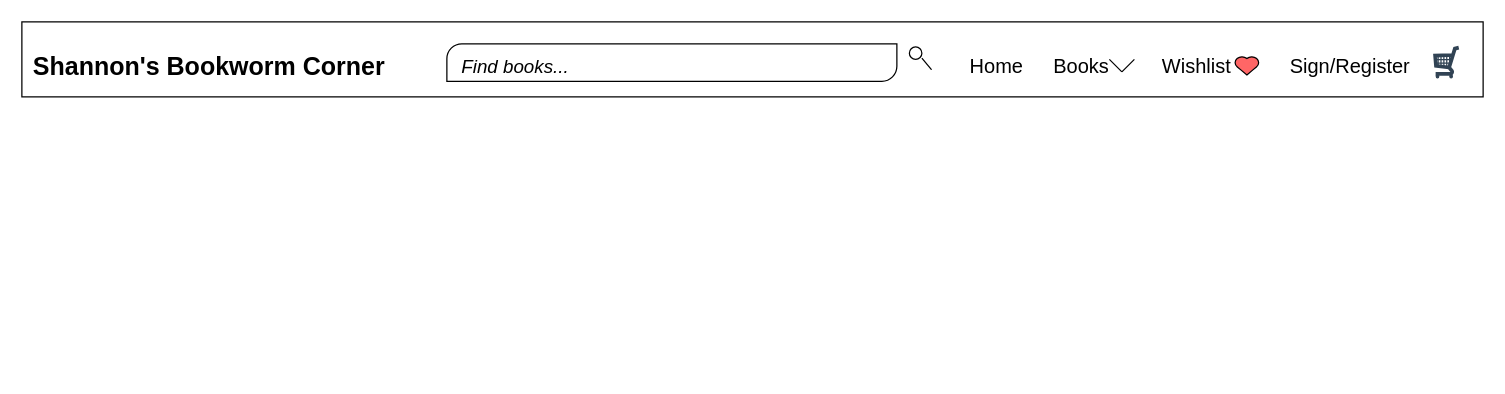
The draw.io diagram Untitled Diagram.drawio in Shannon-Amarasekara/Bookshop-Front-Angular, before the edit. Source tidied: cells renumbered, new cells numbered last; positions are measured from the earlier drawing's top-left corner, leaving out a move shared by most shapes. Both pictures are drawn from the tidied source at 125%, with x=0, y=0 at pixel (21, 21).
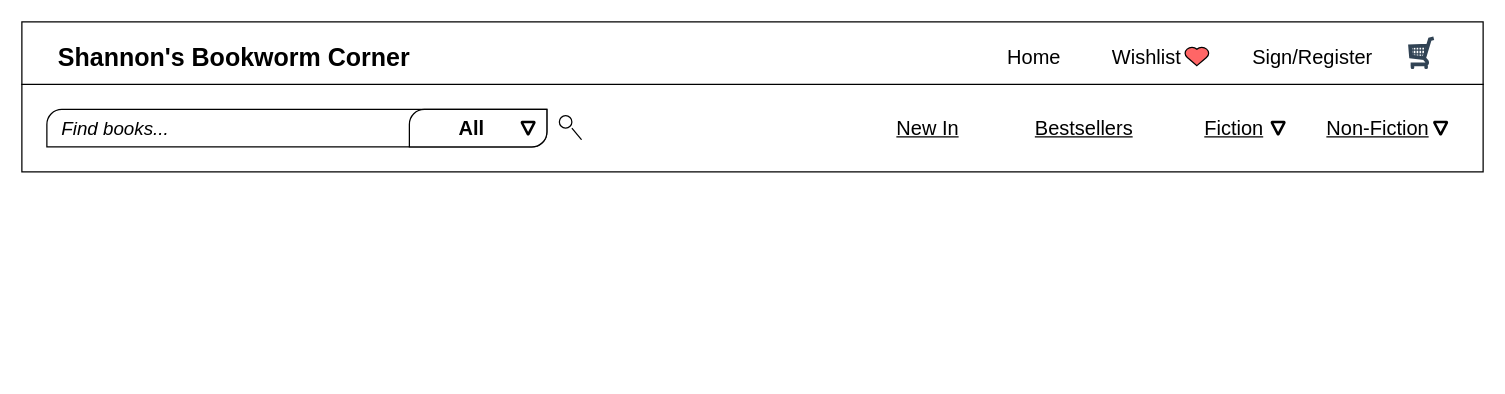
The same diagram, later.

The edit, as a diff of the source:
```diff
@@
+    <mxCell id="17" style="rounded=0;whiteSpace=wrap;html=1;" parent="1" vertex="1">
+      <mxGeometry y="50" width="1169" height="70" as="geometry" />
+    </mxCell>
     <mxCell id="2" style="rounded=0;whiteSpace=wrap;html=1;" parent="1" vertex="1">
-      <mxGeometry width="1169" height="60" as="geometry" />
+      <mxGeometry width="1169" height="50" as="geometry" />
     </mxCell>
     <mxCell id="3" value="&lt;font size=&quot;1&quot;&gt;&lt;b style=&quot;font-size: 20px&quot;&gt;Shannon's Bookworm Corner&lt;/b&gt;&lt;/font&gt;" style="text;html=1;strokeColor=none;fillColor=none;align=center;verticalAlign=middle;whiteSpace=wrap;rounded=0;" parent="1" vertex="1">
-      <mxGeometry y="20" width="300" height="30" as="geometry" />
+      <mxGeometry x="20" y="12.5" width="300" height="30" as="geometry" />
     </mxCell>
     <mxCell id="4" value="&lt;font style=&quot;font-size: 16px&quot;&gt;Home&lt;/font&gt;" style="text;html=1;strokeColor=none;fillColor=none;align=center;verticalAlign=middle;whiteSpace=wrap;rounded=0;" parent="1" vertex="1">
-      <mxGeometry x="760" y="25" width="40" height="20" as="geometry" />
+      <mxGeometry x="790" y="17.5" width="40" height="20" as="geometry" />
     </mxCell>
-    <mxCell id="5" value="&lt;font style=&quot;font-size: 16px&quot;&gt;Books&amp;nbsp;&lt;/font&gt;" style="text;html=1;strokeColor=none;fillColor=none;align=center;verticalAlign=middle;whiteSpace=wrap;rounded=0;" parent="1" vertex="1">
-      <mxGeometry x="830" y="25" width="40" height="20" as="geometry" />
+    <mxCell id="5" value="&lt;span style=&quot;font-size: 16px&quot;&gt;&lt;span style=&quot;line-height: 110%&quot;&gt;&lt;u&gt;New In&lt;/u&gt;&lt;/span&gt;&lt;/span&gt;" style="text;html=1;strokeColor=none;align=center;verticalAlign=middle;whiteSpace=wrap;rounded=0;" parent="1" vertex="1">
+      <mxGeometry x="690" y="75" width="70" height="20" as="geometry" />
     </mxCell>
     <mxCell id="6" value="&lt;font style=&quot;font-size: 16px&quot;&gt;Wishlist&lt;/font&gt;" style="text;html=1;strokeColor=none;fillColor=none;align=center;verticalAlign=middle;whiteSpace=wrap;rounded=0;" parent="1" vertex="1">
-      <mxGeometry x="920" y="25" width="40" height="20" as="geometry" />
+      <mxGeometry x="880" y="17.5" width="40" height="20" as="geometry" />
     </mxCell>
     <mxCell id="7" value="&lt;font style=&quot;font-size: 16px&quot;&gt;Sign/Register&amp;nbsp;&lt;/font&gt;" style="text;html=1;strokeColor=none;fillColor=none;align=center;verticalAlign=middle;whiteSpace=wrap;rounded=0;" parent="1" vertex="1">
-      <mxGeometry x="1030" y="25" width="70" height="20" as="geometry" />
+      <mxGeometry x="1000" y="17.5" width="70" height="20" as="geometry" />
     </mxCell>
-    <mxCell id="8" style="endArrow=none;html=1;" parent="1" edge="1">
-      <mxGeometry relative="1" as="geometry">
-        <mxPoint x="880" y="40" as="sourcePoint" />
-        <mxPoint x="890" y="30" as="targetPoint" />
-      </mxGeometry>
-    </mxCell>
-    <mxCell id="9" style="endArrow=none;html=1;" parent="1" edge="1">
-      <mxGeometry relative="1" as="geometry">
-        <mxPoint x="870" y="30" as="sourcePoint" />
-        <mxPoint x="880" y="40" as="targetPoint" />
-      </mxGeometry>
-    </mxCell>
     <mxCell id="10" style="verticalLabelPosition=bottom;verticalAlign=top;html=1;shape=mxgraph.basic.heart;fillColor=#FF6666;" parent="1" vertex="1">
-      <mxGeometry x="970" y="27.5" width="20" height="15" as="geometry" />
+      <mxGeometry x="930" y="20" width="20" height="15" as="geometry" />
     </mxCell>
     <mxCell id="11" style="verticalLabelPosition=bottom;verticalAlign=top;html=1;shape=mxgraph.basic.diag_round_rect;dx=6;" parent="1" vertex="1">
-      <mxGeometry x="340" y="17.5" width="360" height="30" as="geometry" />
+      <mxGeometry x="20" y="70" width="400" height="30" as="geometry" />
     </mxCell>
     <mxCell id="12" style="ellipse;whiteSpace=wrap;html=1;" parent="1" vertex="1">
-      <mxGeometry x="710" y="20" width="10" height="10" as="geometry" />
+      <mxGeometry x="430" y="75" width="10" height="10" as="geometry" />
     </mxCell>
     <mxCell id="13" style="endArrow=none;html=1;" parent="1" edge="1">
       <mxGeometry relative="1" as="geometry">
-        <mxPoint x="720" y="29" as="sourcePoint" />
-        <mxPoint x="720" y="29" as="targetPoint" />
+        <mxPoint x="440" y="85" as="sourcePoint" />
+        <mxPoint x="440" y="85" as="targetPoint" />
         <Array as="points">
-          <mxPoint x="730" y="41" />
+          <mxPoint x="450" y="97" />
         </Array>
       </mxGeometry>
     </mxCell>
     <mxCell id="14" value="&lt;font style=&quot;font-size: 15px&quot;&gt;&lt;i&gt;Find books...&lt;/i&gt;&lt;/font&gt;" style="text;html=1;strokeColor=none;fillColor=none;align=center;verticalAlign=middle;whiteSpace=wrap;rounded=0;" parent="1" vertex="1">
-      <mxGeometry x="340" y="25" width="110" height="20" as="geometry" />
+      <mxGeometry x="20" y="75" width="110" height="20" as="geometry" />
     </mxCell>
@@
     <mxCell id="16" style="verticalLabelPosition=bottom;shadow=0;dashed=0;align=center;html=1;verticalAlign=top;strokeWidth=1;shape=mxgraph.mockup.misc.shoppingCart;strokeColor=#314354;fillColor=#647687;fontColor=#ffffff;" parent="1" vertex="1">
-      <mxGeometry x="1130" y="20" width="20" height="25" as="geometry" />
+      <mxGeometry x="1110" y="12.5" width="20" height="25" as="geometry" />
     </mxCell>
+    <mxCell id="18" value="&lt;font style=&quot;font-size: 16px&quot;&gt;&lt;u&gt;Bestsellers&lt;/u&gt;&lt;/font&gt;" style="text;html=1;strokeColor=none;fillColor=none;align=center;verticalAlign=middle;whiteSpace=wrap;rounded=0;" parent="1" vertex="1">
+      <mxGeometry x="800" y="72.5" width="100" height="25" as="geometry" />
+    </mxCell>
+    <mxCell id="19" style="triangle;whiteSpace=wrap;html=1;" parent="1" vertex="1">
+      <mxGeometry x="540" y="240" height="40" as="geometry" />
+    </mxCell>
+    <mxCell id="20" value="&lt;font style=&quot;font-size: 16px&quot;&gt;&lt;u&gt;Fiction&lt;br&gt;&lt;/u&gt;&lt;/font&gt;" style="text;html=1;strokeColor=none;fillColor=none;align=center;verticalAlign=middle;whiteSpace=wrap;rounded=0;" parent="1" vertex="1">
+      <mxGeometry x="940" y="75" width="60" height="20" as="geometry" />
+    </mxCell>
+    <mxCell id="21" value="&lt;font style=&quot;font-size: 16px&quot;&gt;&lt;u&gt;Non-Fiction&lt;/u&gt;&lt;/font&gt;" style="text;html=1;strokeColor=none;fillColor=none;align=center;verticalAlign=middle;whiteSpace=wrap;rounded=0;" parent="1" vertex="1">
+      <mxGeometry x="1040" y="75" width="90" height="20" as="geometry" />
+    </mxCell>
+    <mxCell id="22" style="edgeStyle=orthogonalEdgeStyle;rounded=0;orthogonalLoop=1;jettySize=auto;html=1;exitX=0.5;exitY=1;exitDx=0;exitDy=0;" parent="1" edge="1" source="7" target="7">
+      <mxGeometry relative="1" as="geometry" />
+    </mxCell>
+    <mxCell id="23" style="verticalLabelPosition=bottom;verticalAlign=top;html=1;shape=mxgraph.basic.diag_round_rect;dx=6;" parent="1" vertex="1">
+      <mxGeometry x="310" y="70" width="110" height="30" as="geometry" />
+    </mxCell>
+    <mxCell id="24" value="&lt;b&gt;&lt;font style=&quot;font-size: 16px&quot;&gt;All&lt;/font&gt;&lt;/b&gt;" style="text;html=1;strokeColor=none;fillColor=none;align=center;verticalAlign=middle;whiteSpace=wrap;rounded=0;" parent="1" vertex="1">
+      <mxGeometry x="320" y="75" width="80" height="20" as="geometry" />
+    </mxCell>
+    <mxCell id="25" style="strokeWidth=2;html=1;shape=mxgraph.flowchart.merge_or_storage;whiteSpace=wrap;fillColor=none;gradientColor=none;" parent="1" vertex="1">
+      <mxGeometry x="1000" y="80" width="10" height="10" as="geometry" />
+    </mxCell>
+    <mxCell id="26" style="strokeWidth=2;html=1;shape=mxgraph.flowchart.merge_or_storage;whiteSpace=wrap;fillColor=none;gradientColor=none;" parent="1" vertex="1">
+      <mxGeometry x="1130" y="80" width="10" height="10" as="geometry" />
+    </mxCell>
+    <mxCell id="27" style="strokeWidth=2;html=1;shape=mxgraph.flowchart.merge_or_storage;whiteSpace=wrap;fillColor=none;gradientColor=none;" parent="1" vertex="1">
+      <mxGeometry x="400" y="80" width="10" height="10" as="geometry" />
+    </mxCell>
```
